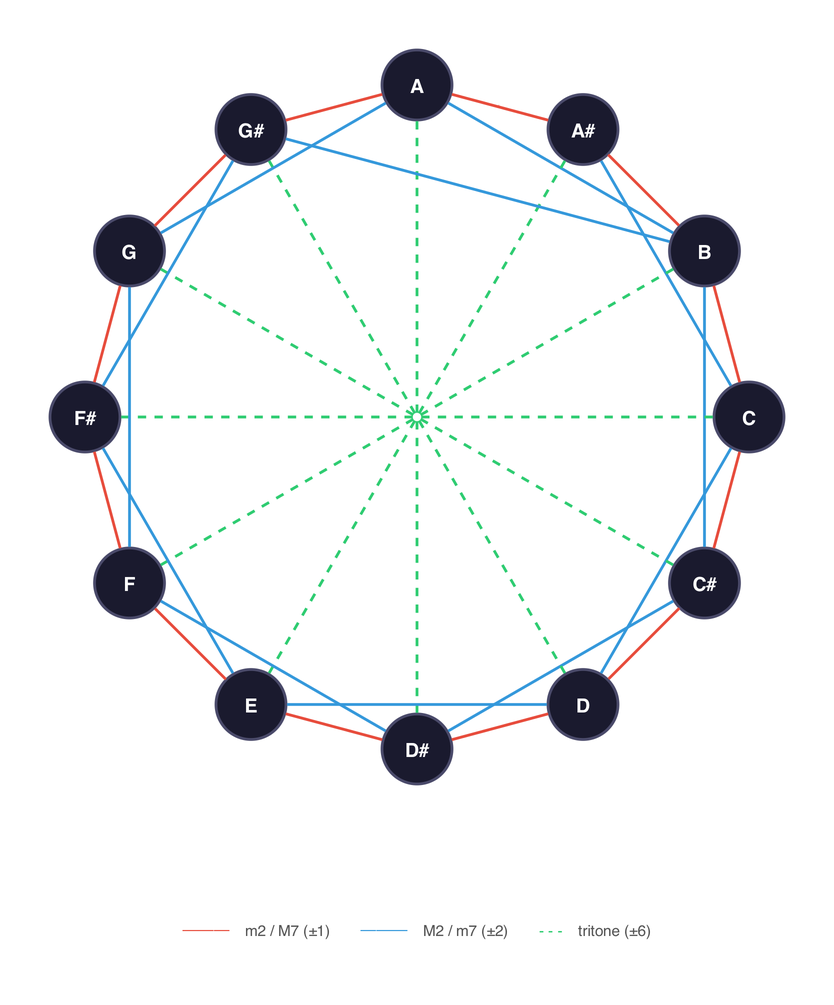
The Graphviz diagram angry_man_successor_graph.png in vasilescur/jazz-engine, before a commit. Its source is kept beside it as angry_man_successor_graph.dot. Source of this version:
```dot
graph angry_man {
    layout=neato
    overlap=false
    splines=true
    bgcolor="transparent"
    pad=0.5

    node [
        shape=circle
        style=filled
        fillcolor="#1a1a2e"
        fontcolor="white"
        fontname="Helvetica-Bold"
        fontsize=14
        width=0.7
        fixedsize=true
        color="#4a4a6a"
        penwidth=2
    ]

    edge [
        color="#666688"
        penwidth=1.5
    ]

    "A"   [pos="0.000, 2.200!"]
    "A#"  [pos="1.100, 1.905!"]
    "B"   [pos="1.905, 1.100!"]
    "C"   [pos="2.200, 0.000!"]
    "C#"  [pos="1.905,-1.100!"]
    "D"   [pos="1.100,-1.905!"]
    "D#"  [pos="0.000,-2.200!"]
    "E"   [pos="-1.100,-1.905!"]
    "F"   [pos="-1.905,-1.100!"]
    "F#"  [pos="-2.200, 0.000!"]
    "G"   [pos="-1.905, 1.100!"]
    "G#"  [pos="-1.100, 1.905!"]

    "A"  -- "A#"  [color="#e74c3c", penwidth=2, label="m2", fontcolor="#e74c3c", fontsize=0]
    "A#" -- "B"   [color="#e74c3c", penwidth=2]
    "B"  -- "C"   [color="#e74c3c", penwidth=2]
    "C"  -- "C#"  [color="#e74c3c", penwidth=2]
    "C#" -- "D"   [color="#e74c3c", penwidth=2]
    "D"  -- "D#"  [color="#e74c3c", penwidth=2]
    "D#" -- "E"   [color="#e74c3c", penwidth=2]
    "E"  -- "F"   [color="#e74c3c", penwidth=2]
    "F"  -- "F#"  [color="#e74c3c", penwidth=2]
    "F#" -- "G"   [color="#e74c3c", penwidth=2]
    "G"  -- "G#"  [color="#e74c3c", penwidth=2]
    "G#" -- "A"   [color="#e74c3c", penwidth=2]

    "A"  -- "B"   [color="#3498db", penwidth=2]
    "A#" -- "C"   [color="#3498db", penwidth=2]
    "B"  -- "C#"  [color="#3498db", penwidth=2]
    "C"  -- "D"   [color="#3498db", penwidth=2]
    "C#" -- "D#"  [color="#3498db", penwidth=2]
    "D"  -- "E"   [color="#3498db", penwidth=2]
    "D#" -- "F"   [color="#3498db", penwidth=2]
    "E"  -- "F#"  [color="#3498db", penwidth=2]
    "F"  -- "G"   [color="#3498db", penwidth=2]
    "F#" -- "G#"  [color="#3498db", penwidth=2]
    "G"  -- "A"   [color="#3498db", penwidth=2]
    "G#" -- "B"   [color="#3498db", penwidth=2]

    "A"  -- "D#"  [color="#2ecc71", penwidth=2, style=dashed]
    "A#" -- "E"   [color="#2ecc71", penwidth=2, style=dashed]
    "B"  -- "F"   [color="#2ecc71", penwidth=2, style=dashed]
    "C"  -- "F#"  [color="#2ecc71", penwidth=2, style=dashed]
    "C#" -- "G"   [color="#2ecc71", penwidth=2, style=dashed]
    "D"  -- "G#"  [color="#2ecc71", penwidth=2, style=dashed]

    subgraph cluster_legend {
        label=""
        style=invis
        margin=0

        node [shape=plaintext, fillcolor="transparent", fontcolor="#333333", fontname="Helvetica", fontsize=11, width=0, fixedsize=false, color="transparent"]

        leg_pos [pos="0.000,-3.400!", label=<
            <TABLE BORDER="0" CELLBORDER="0" CELLSPACING="4">
                <TR>
                    <TD><FONT COLOR="#e74c3c">&#x2500;&#x2500;&#x2500;</FONT></TD>
                    <TD ALIGN="LEFT"><FONT COLOR="#555555"> m2 / M7 (&#xb1;1)</FONT></TD>
                    <TD>  </TD>
                    <TD><FONT COLOR="#3498db">&#x2500;&#x2500;&#x2500;</FONT></TD>
                    <TD ALIGN="LEFT"><FONT COLOR="#555555"> M2 / m7 (&#xb1;2)</FONT></TD>
                    <TD>  </TD>
                    <TD><FONT COLOR="#2ecc71">- - -</FONT></TD>
                    <TD ALIGN="LEFT"><FONT COLOR="#555555"> tritone (&#xb1;6)</FONT></TD>
                </TR>
            </TABLE>
        >]
    }
}
```
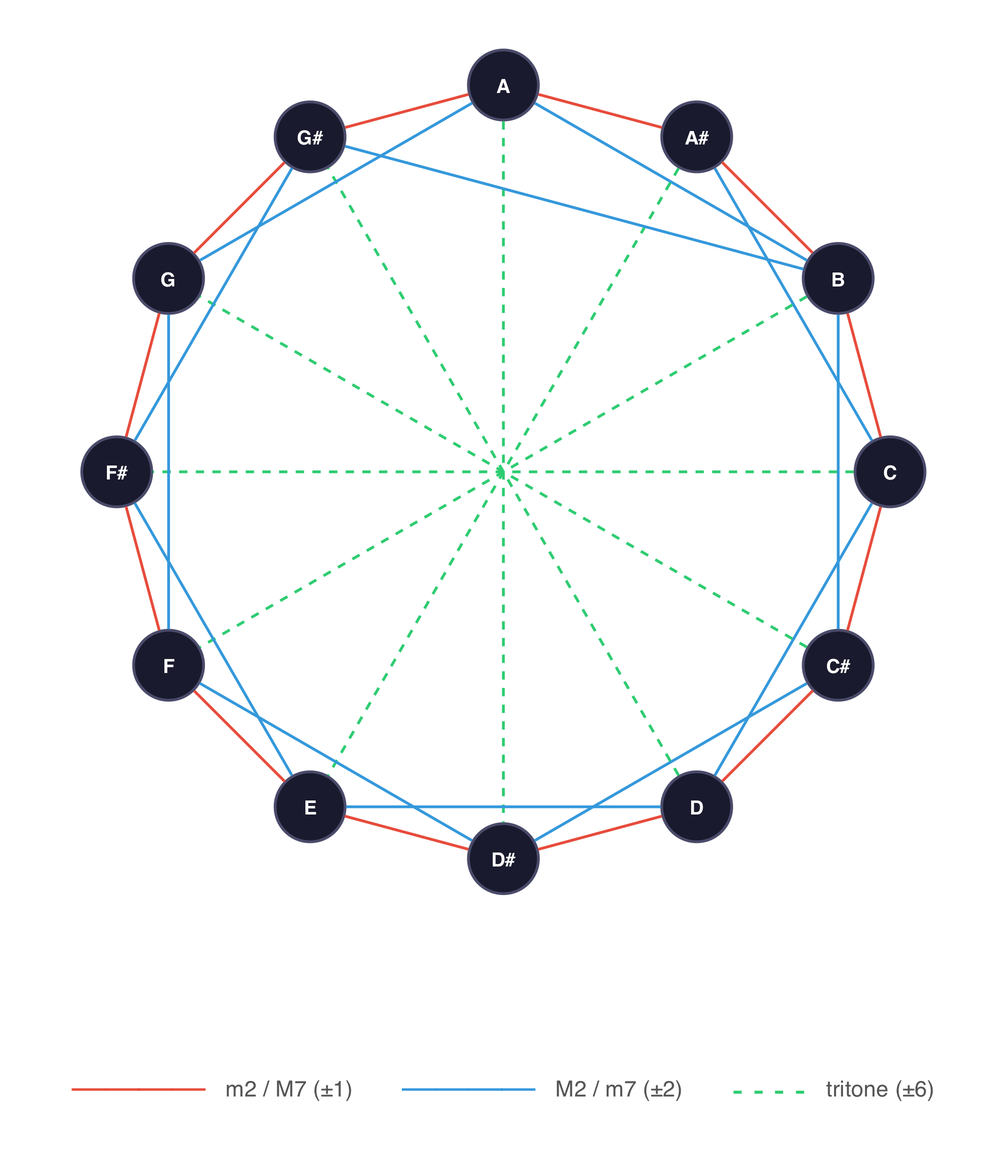
After the commit.

Commit message:
Enlarge legend and center diagram in README

Change to the diagram source:
```diff
@@ -74,19 +74,19 @@
         style=invis
         margin=0
 
-        node [shape=plaintext, fillcolor="transparent", fontcolor="#333333", fontname="Helvetica", fontsize=11, width=0, fixedsize=false, color="transparent"]
+        node [shape=plaintext, fillcolor="transparent", fontcolor="#333333", fontname="Helvetica", fontsize=18, width=0, fixedsize=false, color="transparent"]
 
-        leg_pos [pos="0.000,-3.400!", label=<
-            <TABLE BORDER="0" CELLBORDER="0" CELLSPACING="4">
+        leg_pos [pos="0.000,-3.500!", label=<
+            <TABLE BORDER="0" CELLBORDER="0" CELLSPACING="6">
                 <TR>
-                    <TD><FONT COLOR="#e74c3c">&#x2500;&#x2500;&#x2500;</FONT></TD>
-                    <TD ALIGN="LEFT"><FONT COLOR="#555555"> m2 / M7 (&#xb1;1)</FONT></TD>
-                    <TD>  </TD>
-                    <TD><FONT COLOR="#3498db">&#x2500;&#x2500;&#x2500;</FONT></TD>
-                    <TD ALIGN="LEFT"><FONT COLOR="#555555"> M2 / m7 (&#xb1;2)</FONT></TD>
-                    <TD>  </TD>
-                    <TD><FONT COLOR="#2ecc71">- - -</FONT></TD>
-                    <TD ALIGN="LEFT"><FONT COLOR="#555555"> tritone (&#xb1;6)</FONT></TD>
+                    <TD><FONT COLOR="#e74c3c" POINT-SIZE="24">&#x2500;&#x2500;&#x2500;&#x2500;</FONT></TD>
+                    <TD ALIGN="LEFT"><FONT COLOR="#555555" POINT-SIZE="16"> m2 / M7 (&#xb1;1)</FONT></TD>
+                    <TD>   </TD>
+                    <TD><FONT COLOR="#3498db" POINT-SIZE="24">&#x2500;&#x2500;&#x2500;&#x2500;</FONT></TD>
+                    <TD ALIGN="LEFT"><FONT COLOR="#555555" POINT-SIZE="16"> M2 / m7 (&#xb1;2)</FONT></TD>
+                    <TD>   </TD>
+                    <TD><FONT COLOR="#2ecc71" POINT-SIZE="24">- - - -</FONT></TD>
+                    <TD ALIGN="LEFT"><FONT COLOR="#555555" POINT-SIZE="16"> tritone (&#xb1;6)</FONT></TD>
                 </TR>
             </TABLE>
         >]
```
